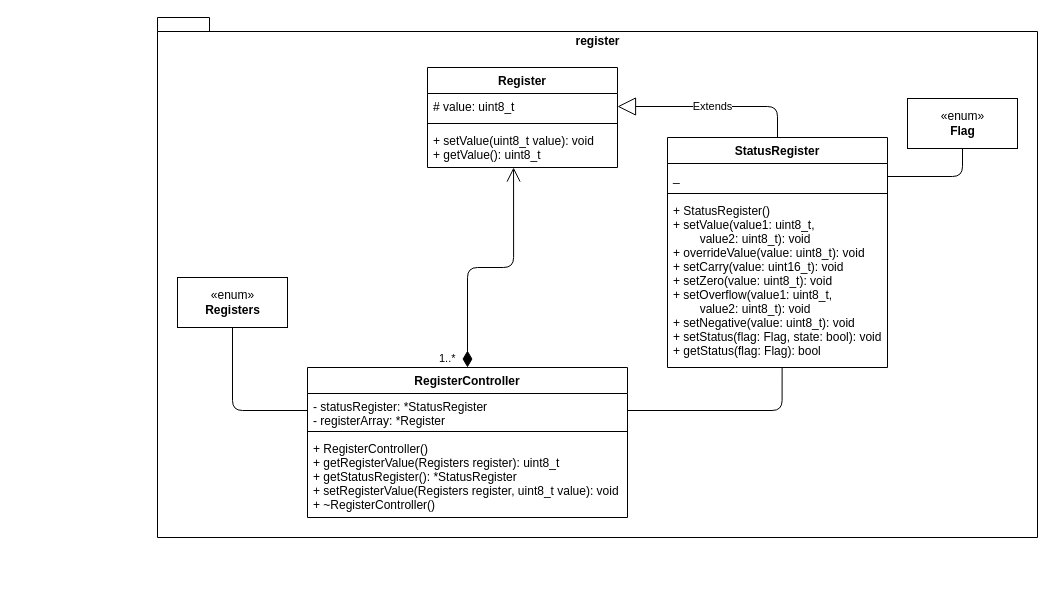
Above: page "Register" (2 of 4) of doc/6502-Diagram.drawio in poundflag/MOS-6502-Emulator-Base (draw.io), before the change. Source tidied: cells renumbered, new cells numbered last; positions are measured from the earlier drawing's top-left corner, leaving out a move shared by most shapes. Both pictures are drawn from the tidied source at 100%, with x=0, y=0 at pixel (157, 17).
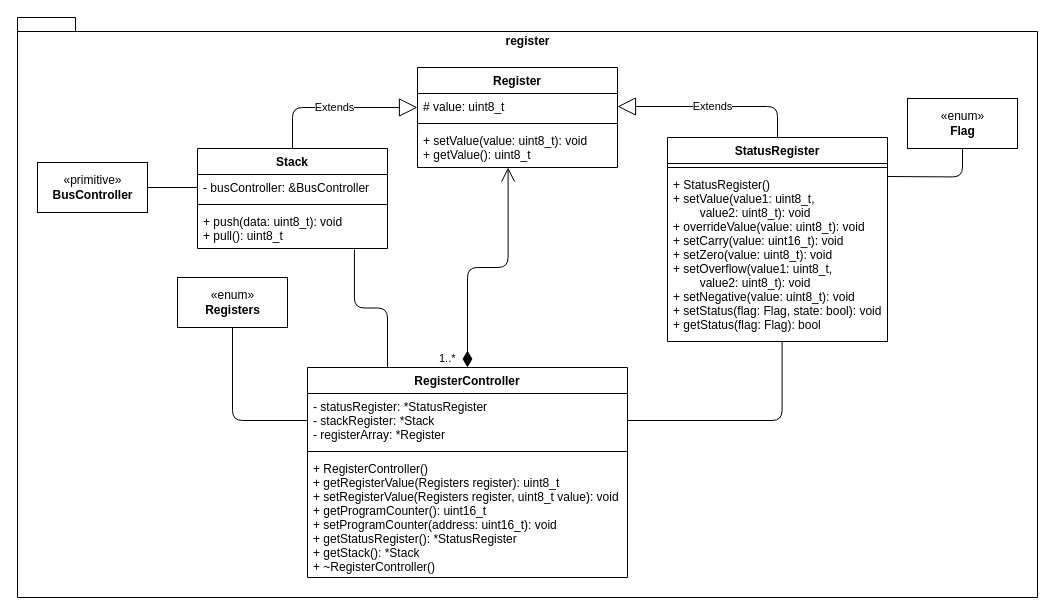
The same diagram, later.

The change refers to these unchanged cells:
```xml
<mxCell id="18" value="«enum»&lt;br&gt;&lt;b&gt;Flag&lt;/b&gt;" style="html=1;" parent="1" vertex="1">
  <mxGeometry x="750" y="81" width="110" height="50" as="geometry" />
</mxCell>
```

Diff of the diagram source:
```diff
@@
     <mxCell id="2" value="register" style="shape=folder;fontStyle=1;spacingTop=10;tabWidth=40;tabHeight=14;tabPosition=left;html=1;verticalAlign=top;align=center;" parent="1" vertex="1">
-      <mxGeometry width="880" height="520" as="geometry" />
+      <mxGeometry x="-140" width="1020" height="580" as="geometry" />
     </mxCell>
     <mxCell id="3" value="Register" style="swimlane;fontStyle=1;align=center;verticalAlign=top;horizontal=1;startSize=26;" parent="1" vertex="1">
-      <mxGeometry x="270" y="50" width="190" height="100" as="geometry" />
+      <mxGeometry x="260" y="50" width="200" height="100" as="geometry" />
     </mxCell>
     <mxCell id="4" value="# value: uint8_t" style="text;strokeColor=none;fillColor=none;align=left;verticalAlign=top;spacingLeft=4;spacingRight=4;overflow=hidden;points=[[0,0.5],[1,0.5]];portConstraint=eastwest;" parent="3" vertex="1">
-      <mxGeometry y="26" width="190" height="26" as="geometry" />
+      <mxGeometry y="26" width="200" height="26" as="geometry" />
     </mxCell>
     <mxCell id="5" style="line;strokeWidth=1;fillColor=none;align=left;verticalAlign=middle;spacingTop=-1;spacingLeft=3;spacingRight=3;labelPosition=right;" parent="3" vertex="1">
-      <mxGeometry y="52" width="190" height="8" as="geometry" />
+      <mxGeometry y="52" width="200" height="8" as="geometry" />
     </mxCell>
-    <mxCell id="6" value="+ setValue(uint8_t value): void&#10;+ getValue(): uint8_t" style="text;strokeColor=none;fillColor=none;align=left;verticalAlign=top;spacingLeft=4;spacingRight=4;overflow=hidden;points=[[0,0.5],[1,0.5]];portConstraint=eastwest;" parent="3" vertex="1">
-      <mxGeometry y="60" width="190" height="40" as="geometry" />
+    <mxCell id="6" value="+ setValue(value: uint8_t): void&#10;+ getValue(): uint8_t" style="text;strokeColor=none;fillColor=none;align=left;verticalAlign=top;spacingLeft=4;spacingRight=4;overflow=hidden;points=[[0,0.5],[1,0.5]];portConstraint=eastwest;" parent="3" vertex="1">
+      <mxGeometry y="60" width="200" height="40" as="geometry" />
     </mxCell>
     <mxCell id="7" value="RegisterController" style="swimlane;fontStyle=1;align=center;verticalAlign=top;horizontal=1;startSize=26;" parent="1" vertex="1">
-      <mxGeometry x="150" y="350" width="320" height="150" as="geometry" />
+      <mxGeometry x="150" y="350" width="320" height="210" as="geometry" />
     </mxCell>
-    <mxCell id="8" value="- statusRegister: *StatusRegister&#10;- registerArray: *Register" style="text;strokeColor=none;fillColor=none;align=left;verticalAlign=top;spacingLeft=4;spacingRight=4;overflow=hidden;points=[[0,0.5],[1,0.5]];portConstraint=eastwest;" parent="7" vertex="1">
-      <mxGeometry y="26" width="320" height="34" as="geometry" />
+    <mxCell id="8" value="- statusRegister: *StatusRegister&#10;- stackRegister: *Stack&#10;- registerArray: *Register" style="text;strokeColor=none;fillColor=none;align=left;verticalAlign=top;spacingLeft=4;spacingRight=4;overflow=hidden;points=[[0,0.5],[1,0.5]];portConstraint=eastwest;" parent="7" vertex="1">
+      <mxGeometry y="26" width="320" height="54" as="geometry" />
     </mxCell>
     <mxCell id="9" style="line;strokeWidth=1;fillColor=none;align=left;verticalAlign=middle;spacingTop=-1;spacingLeft=3;spacingRight=3;labelPosition=right;" parent="7" vertex="1">
-      <mxGeometry y="60" width="320" height="8" as="geometry" />
+      <mxGeometry y="80" width="320" height="8" as="geometry" />
     </mxCell>
-    <mxCell id="10" value="+ RegisterController()&#10;+ getRegisterValue(Registers register): uint8_t&#10;+ getStatusRegister(): *StatusRegister&#10;+ setRegisterValue(Registers register, uint8_t value): void&#10;+ ~RegisterController()" style="text;strokeColor=none;fillColor=none;align=left;verticalAlign=top;spacingLeft=4;spacingRight=4;overflow=hidden;" parent="7" vertex="1">
-      <mxGeometry y="68" width="320" height="82" as="geometry" />
+    <mxCell id="10" value="+ RegisterController()&#10;+ getRegisterValue(Registers register): uint8_t&#10;+ setRegisterValue(Registers register, uint8_t value): void&#10;+ getProgramCounter(): uint16_t&#10;+ setProgramCounter(address: uint16_t): void&#10;+ getStatusRegister(): *StatusRegister&#10;+ getStack(): *Stack&#10;+ ~RegisterController()" style="text;strokeColor=none;fillColor=none;align=left;verticalAlign=top;spacingLeft=4;spacingRight=4;overflow=hidden;" parent="7" vertex="1">
+      <mxGeometry y="88" width="320" height="122" as="geometry" />
     </mxCell>
     <mxCell id="11" value="StatusRegister" style="swimlane;fontStyle=1;align=center;verticalAlign=top;horizontal=1;startSize=26;" parent="1" vertex="1">
-      <mxGeometry x="510" y="120" width="220" height="230" as="geometry" />
+      <mxGeometry x="510" y="120" width="220" height="204" as="geometry" />
     </mxCell>
-    <mxCell id="12" value="_" style="text;strokeColor=none;fillColor=none;align=left;verticalAlign=top;spacingLeft=4;spacingRight=4;overflow=hidden;points=[[0,0.5],[1,0.5]];portConstraint=eastwest;" parent="11" vertex="1">
-      <mxGeometry y="26" width="220" height="26" as="geometry" />
-    </mxCell>
     <mxCell id="13" style="line;strokeWidth=1;fillColor=none;align=left;verticalAlign=middle;spacingTop=-1;spacingLeft=3;spacingRight=3;labelPosition=right;" parent="11" vertex="1">
-      <mxGeometry y="52" width="220" height="8" as="geometry" />
+      <mxGeometry y="26" width="220" height="8" as="geometry" />
     </mxCell>
     <mxCell id="14" value="+ StatusRegister()&#10;+ setValue(value1: uint8_t, &#10;        value2: uint8_t): void&#10;+ overrideValue(value: uint8_t): void&#10;+ setCarry(value: uint16_t): void&#10;+ setZero(value: uint8_t): void&#10;+ setOverflow(value1: uint8_t,&#10;        value2: uint8_t): void&#10;+ setNegative(value: uint8_t): void&#10;+ setStatus(flag: Flag, state: bool): void&#10;+ getStatus(flag: Flag): bool" style="text;strokeColor=none;fillColor=none;align=left;verticalAlign=top;spacingLeft=4;spacingRight=4;overflow=hidden;points=[[0,0.5],[1,0.5]];portConstraint=eastwest;" parent="11" vertex="1">
-      <mxGeometry y="60" width="220" height="170" as="geometry" />
+      <mxGeometry y="34" width="220" height="170" as="geometry" />
     </mxCell>
@@
-    <mxCell id="19" style="endArrow=none;html=1;edgeStyle=orthogonalEdgeStyle;exitX=1;exitY=0.5;exitDx=0;exitDy=0;entryX=0.5;entryY=1;entryDx=0;entryDy=0;" parent="1" edge="1" source="12" target="18">
-      <mxGeometry relative="1" as="geometry" />
+    <mxCell id="19" style="endArrow=none;html=1;edgeStyle=orthogonalEdgeStyle;exitX=1;exitY=0.5;exitDx=0;exitDy=0;entryX=0.5;entryY=1;entryDx=0;entryDy=0;" parent="1" edge="1" target="18">
+      <mxGeometry relative="1" as="geometry">
+        <mxPoint x="730" y="159" as="sourcePoint" />
+      </mxGeometry>
     </mxCell>
@@
+    <mxCell id="22" value="Stack" style="swimlane;fontStyle=1;align=center;verticalAlign=top;horizontal=1;startSize=26;" parent="1" vertex="1">
+      <mxGeometry x="40" y="131" width="190" height="100" as="geometry" />
+    </mxCell>
+    <mxCell id="23" value="- busController: &amp;BusController" style="text;strokeColor=none;fillColor=none;align=left;verticalAlign=top;spacingLeft=4;spacingRight=4;overflow=hidden;points=[[0,0.5],[1,0.5]];portConstraint=eastwest;" parent="22" vertex="1">
+      <mxGeometry y="26" width="190" height="26" as="geometry" />
+    </mxCell>
+    <mxCell id="24" style="line;strokeWidth=1;fillColor=none;align=left;verticalAlign=middle;spacingTop=-1;spacingLeft=3;spacingRight=3;labelPosition=right;" parent="22" vertex="1">
+      <mxGeometry y="52" width="190" height="8" as="geometry" />
+    </mxCell>
+    <mxCell id="25" value="+ push(data: uint8_t): void&#10;+ pull(): uint8_t" style="text;strokeColor=none;fillColor=none;align=left;verticalAlign=top;spacingLeft=4;spacingRight=4;overflow=hidden;points=[[0,0.5],[1,0.5]];portConstraint=eastwest;" parent="22" vertex="1">
+      <mxGeometry y="60" width="190" height="40" as="geometry" />
+    </mxCell>
+    <mxCell id="26" value="Extends" style="endArrow=block;endSize=16;endFill=0;html=1;entryX=0;entryY=0.538;entryDx=0;entryDy=0;entryPerimeter=0;exitX=0.5;exitY=0;exitDx=0;exitDy=0;" parent="1" edge="1" source="22" target="4">
+      <mxGeometry relative="1" as="geometry">
+        <Array as="points">
+          <mxPoint x="135" y="90" />
+        </Array>
+      </mxGeometry>
+    </mxCell>
+    <mxCell id="27" style="endArrow=none;html=1;edgeStyle=orthogonalEdgeStyle;exitX=0.826;exitY=1.025;exitDx=0;exitDy=0;entryX=0.25;entryY=0;entryDx=0;entryDy=0;exitPerimeter=0;" parent="1" edge="1" source="25" target="7">
+      <mxGeometry relative="1" as="geometry" />
+    </mxCell>
+    <mxCell id="28" value="«primitive»&lt;br&gt;&lt;b&gt;BusController&lt;/b&gt;" style="html=1;" parent="1" vertex="1">
+      <mxGeometry x="-120" y="145" width="110" height="50" as="geometry" />
+    </mxCell>
+    <mxCell id="29" style="endArrow=none;html=1;edgeStyle=orthogonalEdgeStyle;exitX=1;exitY=0.5;exitDx=0;exitDy=0;entryX=0;entryY=0.5;entryDx=0;entryDy=0;" parent="1" edge="1" source="28" target="23">
+      <mxGeometry relative="1" as="geometry" />
+    </mxCell>
```
